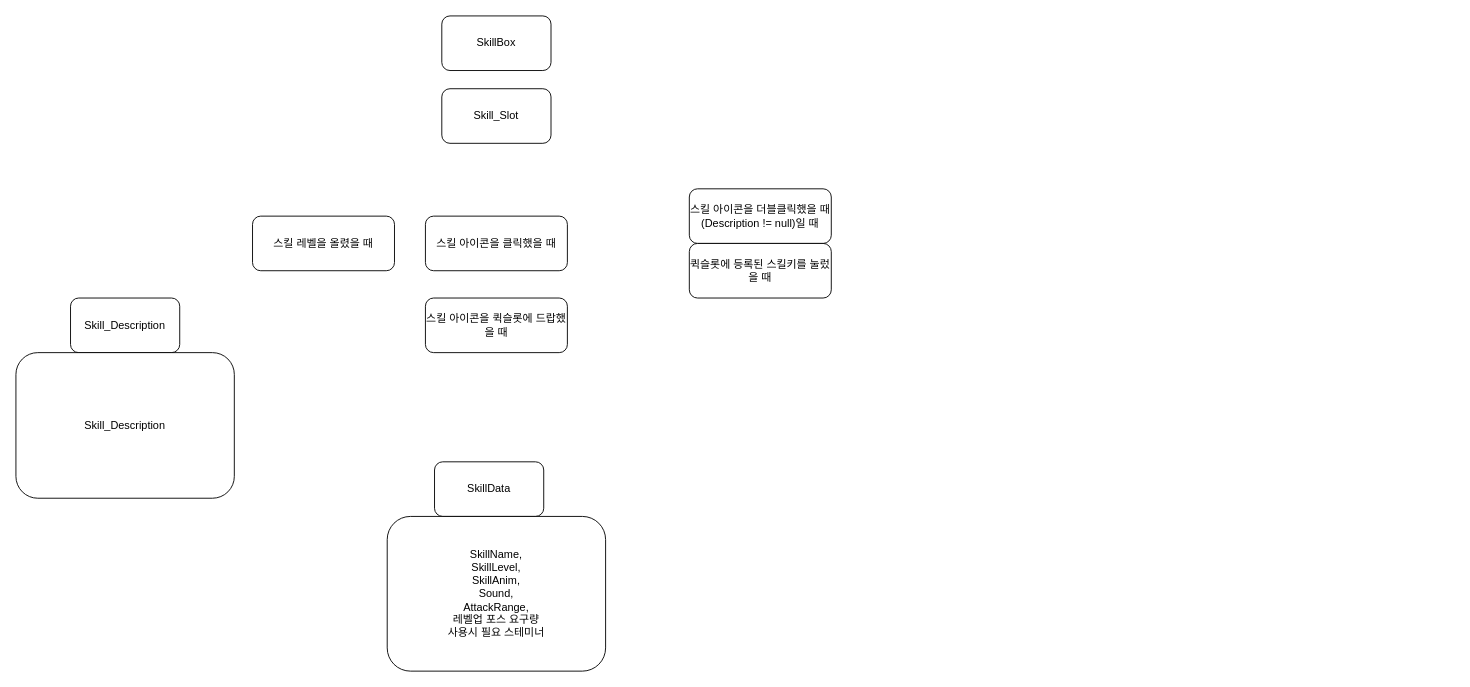
Above: 다이어그램/스킬창, 스킬시스템.drawio in steelfs/JY (draw.io), before the change. Source tidied: cells renumbered, new cells numbered last; positions are measured from the earlier drawing's top-left corner, leaving out a move shared by most shapes. Both pictures are drawn from the tidied source at 91%, with x=0, y=0 at pixel (15, 15).
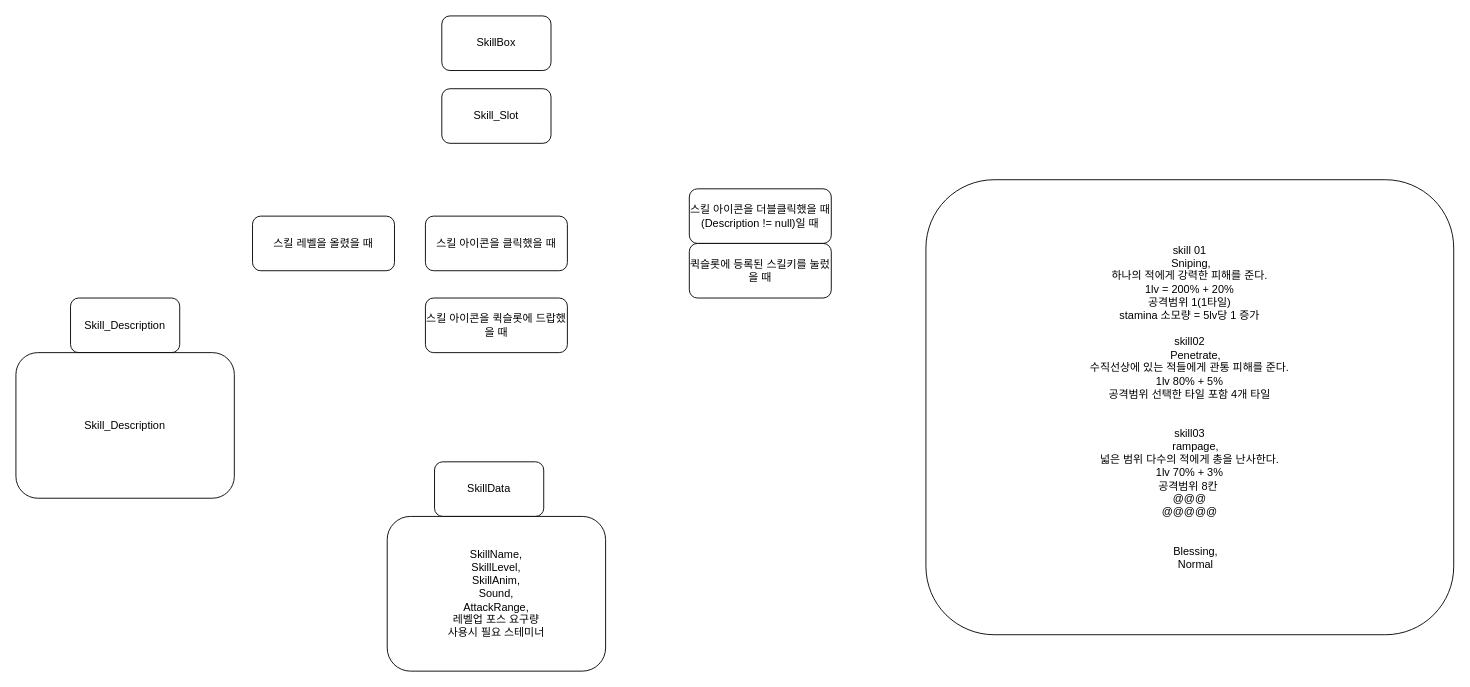
The same page after the edit.

Commit message:
Update 스킬창, 스킬시스템.drawio

Diff of the diagram source:
```diff
@@
 <mxGraphModel>
   <root>
     <mxCell id="0" />
     <mxCell id="1" parent="0" />
     <mxCell id="2" value="SkillBox" style="rounded=1;whiteSpace=wrap;html=1;" parent="1" vertex="1">
       <mxGeometry x="468" width="120" height="60" as="geometry" />
     </mxCell>
     <mxCell id="3" value="스킬 레벨을 올렸을 때" style="rounded=1;whiteSpace=wrap;html=1;" parent="1" vertex="1">
       <mxGeometry x="260" y="220" width="156" height="60" as="geometry" />
     </mxCell>
     <mxCell id="4" value="스킬 아이콘을 클릭했을 때" style="rounded=1;whiteSpace=wrap;html=1;" parent="1" vertex="1">
       <mxGeometry x="450" y="220" width="156" height="60" as="geometry" />
     </mxCell>
     <mxCell id="5" value="스킬 아이콘을 퀵슬롯에 드랍했을 때" style="rounded=1;whiteSpace=wrap;html=1;" parent="1" vertex="1">
       <mxGeometry x="450" y="310" width="156" height="60" as="geometry" />
     </mxCell>
     <mxCell id="6" value="스킬 아이콘을 더블클릭했을 때(Description != null)일 때" style="rounded=1;whiteSpace=wrap;html=1;" parent="1" vertex="1">
       <mxGeometry x="740" y="190" width="156" height="60" as="geometry" />
     </mxCell>
     <mxCell id="7" value="퀵슬롯에 등록된 스킬키를 눌렀을 때" style="rounded=1;whiteSpace=wrap;html=1;" parent="1" vertex="1">
       <mxGeometry x="740" y="250" width="156" height="60" as="geometry" />
     </mxCell>
     <mxCell id="8" value="SkillData" style="rounded=1;whiteSpace=wrap;html=1;" parent="1" vertex="1">
       <mxGeometry x="460" y="490" width="120" height="60" as="geometry" />
     </mxCell>
     <mxCell id="9" value="SkillName,&lt;br&gt;SkillLevel,&lt;br&gt;SkillAnim,&lt;br&gt;Sound,&lt;br&gt;AttackRange,&lt;br&gt;레벨업 포스 요구량&lt;br&gt;사용시 필요 스테미너" style="rounded=1;whiteSpace=wrap;html=1;" parent="1" vertex="1">
       <mxGeometry x="408" y="550" width="240" height="170" as="geometry" />
     </mxCell>
     <mxCell id="10" value="Skill_Description" style="rounded=1;whiteSpace=wrap;html=1;" parent="1" vertex="1">
       <mxGeometry x="60" y="310" width="120" height="60" as="geometry" />
     </mxCell>
     <mxCell id="11" value="Skill_Slot" style="rounded=1;whiteSpace=wrap;html=1;" parent="1" vertex="1">
       <mxGeometry x="468" y="80" width="120" height="60" as="geometry" />
     </mxCell>
     <mxCell id="12" value="Skill_Description" style="rounded=1;whiteSpace=wrap;html=1;" parent="1" vertex="1">
       <mxGeometry y="370" width="240" height="160" as="geometry" />
     </mxCell>
+    <mxCell id="13" value="skill 01&lt;br&gt;&lt;div&gt;&amp;nbsp;Sniping,&lt;/div&gt;&lt;div&gt;하나의 적에게 강력한 피해를 준다.&lt;/div&gt;&lt;div&gt;1lv = 200% + 20%&lt;/div&gt;&lt;div&gt;공격범위 1(1타일)&lt;/div&gt;&lt;div&gt;stamina 소모량 = 5lv당 1 증가&lt;/div&gt;&lt;div&gt;&lt;br&gt;&lt;/div&gt;&lt;div&gt;skill02&lt;/div&gt;&lt;div&gt;&amp;nbsp; &amp;nbsp; Penetrate,&lt;/div&gt;&lt;div&gt;수직선상에 있는 적들에게 관통 피해를 준다.&lt;/div&gt;&lt;div&gt;1lv 80% + 5%&lt;/div&gt;&lt;div&gt;공격범위 선택한 타일 포함 4개 타일&lt;/div&gt;&lt;div&gt;&lt;br&gt;&lt;/div&gt;&lt;div&gt;&lt;br&gt;&lt;/div&gt;&lt;div&gt;skill03&lt;/div&gt;&lt;div&gt;&amp;nbsp; &amp;nbsp; rampage,&lt;/div&gt;&lt;div&gt;넓은 범위 다수의 적에게 총을 난사한다.&lt;/div&gt;&lt;div&gt;1lv 70% + 3%&lt;/div&gt;&lt;div&gt;공격범위 8칸&amp;nbsp;&lt;/div&gt;&lt;div&gt;@@@&lt;/div&gt;&lt;div&gt;@@@@@&lt;/div&gt;&lt;div&gt;&lt;br&gt;&lt;/div&gt;&lt;div&gt;&lt;br&gt;&lt;/div&gt;&lt;div&gt;&amp;nbsp; &amp;nbsp; Blessing,&lt;/div&gt;&lt;div&gt;&amp;nbsp; &amp;nbsp; Normal&lt;/div&gt;" style="rounded=1;whiteSpace=wrap;html=1;" parent="1" vertex="1">
+      <mxGeometry x="1000" y="180" width="580" height="500" as="geometry" />
+    </mxCell>
   </root>
 </mxGraphModel>
```
